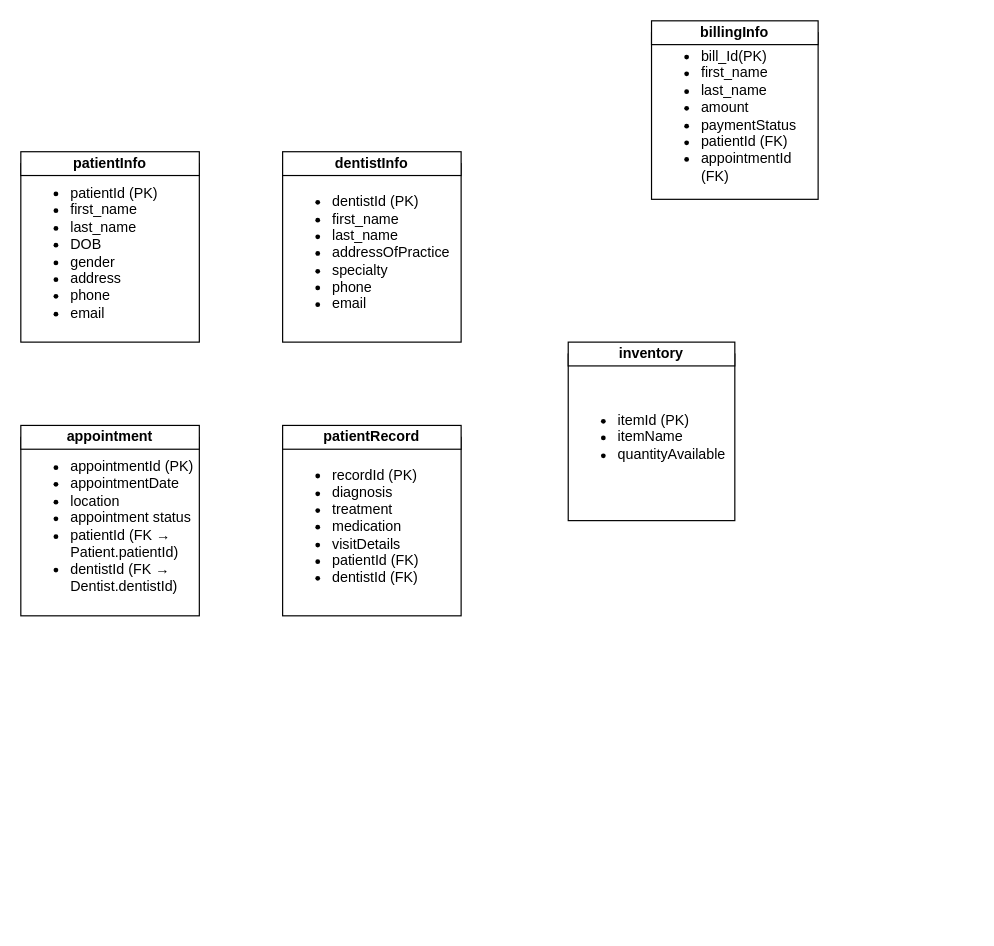
restjohnson/Database-Project-1 keeps this draw.io diagram as UML Diagram.drawio. Above is the earlier version. Source tidied: cells renumbered, new cells numbered last; positions are measured from the earlier drawing's top-left corner, leaving out a move shared by most shapes. Both pictures are drawn from the tidied source at 119%, with x=0, y=0 at pixel (20, 20).
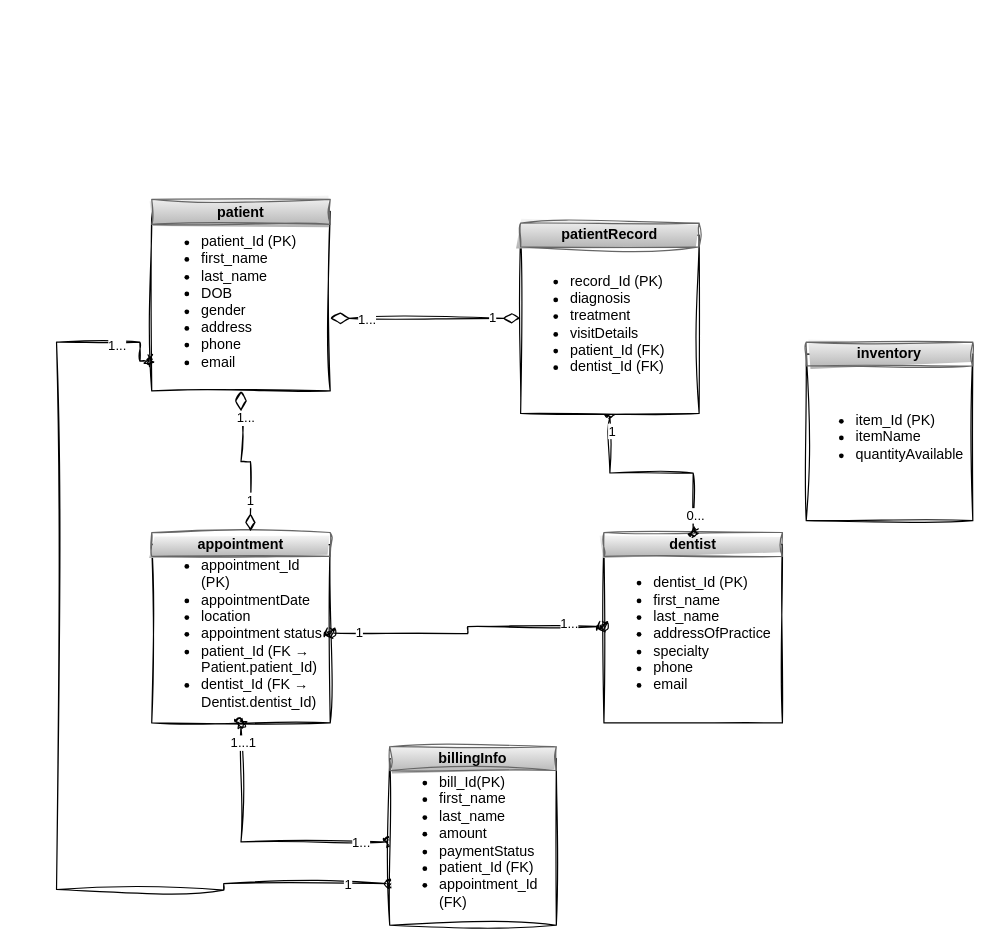
The same page after the edit.

The edit, as a diff of the source:
```diff
@@
-<mxGraphModel>
+<mxGraphModel background="#ffffff">
@@
+    <mxCell id="14" style="edgeStyle=orthogonalEdgeStyle;rounded=0;jettySize=auto;html=1;exitX=-0.013;exitY=0.834;exitDx=0;exitDy=0;endArrow=none;startFill=0;startArrow=oval;exitPerimeter=0;sketch=1;curveFitting=1;jiggle=2;" parent="1" edge="1" source="2">
+      <mxGeometry relative="1" as="geometry">
+        <mxPoint x="30" y="730" as="targetPoint" />
+        <Array as="points">
+          <mxPoint x="100" y="286" />
+          <mxPoint x="100" y="270" />
+          <mxPoint x="30" y="270" />
+        </Array>
+      </mxGeometry>
+    </mxCell>
+    <mxCell id="15" value="1..." style="edgeLabel;html=1;align=center;verticalAlign=middle;rounded=0;sketch=1;curveFitting=1;jiggle=2;" parent="14" vertex="1">
+      <mxGeometry x="-0.93" y="-1" relative="1" as="geometry">
+        <mxPoint x="-21" y="-2" as="offset" />
+      </mxGeometry>
+    </mxCell>
-    <mxCell id="2" value="&lt;ul&gt;&lt;li&gt;patientId (PK)&lt;/li&gt;&lt;li&gt;first_name&lt;/li&gt;&lt;li&gt;last_name&lt;/li&gt;&lt;li&gt;DOB&lt;/li&gt;&lt;li&gt;gender&lt;/li&gt;&lt;li&gt;address&lt;/li&gt;&lt;li&gt;phone&lt;/li&gt;&lt;li&gt;email&lt;/li&gt;&lt;/ul&gt;" style="whiteSpace=wrap;html=1;align=left;" parent="1" vertex="1">
-      <mxGeometry y="120" width="150" height="150" as="geometry" />
+    <mxCell id="2" value="&lt;ul&gt;&lt;li&gt;patient_Id (PK)&lt;/li&gt;&lt;li&gt;first_name&lt;/li&gt;&lt;li&gt;last_name&lt;/li&gt;&lt;li&gt;DOB&lt;/li&gt;&lt;li&gt;gender&lt;/li&gt;&lt;li&gt;address&lt;/li&gt;&lt;li&gt;phone&lt;/li&gt;&lt;li&gt;email&lt;/li&gt;&lt;/ul&gt;" style="whiteSpace=wrap;html=1;align=left;rounded=0;sketch=1;curveFitting=1;jiggle=2;" parent="1" vertex="1">
+      <mxGeometry x="110" y="160" width="150" height="151" as="geometry" />
     </mxCell>
-    <mxCell id="3" value="&lt;b&gt;patientInfo&lt;/b&gt;" style="rounded=0;whiteSpace=wrap;html=1;" parent="1" vertex="1">
-      <mxGeometry y="110" width="150" height="20" as="geometry" />
+    <mxCell id="3" value="&lt;b&gt;patient&lt;/b&gt;" style="rounded=0;whiteSpace=wrap;html=1;fillColor=#f5f5f5;strokeColor=#666666;gradientColor=#b3b3b3;sketch=1;curveFitting=1;jiggle=2;" parent="1" vertex="1">
+      <mxGeometry x="110" y="150" width="150" height="21" as="geometry" />
     </mxCell>
-    <mxCell id="4" value="&lt;ul&gt;&lt;li&gt;dentistId (PK)&lt;/li&gt;&lt;li&gt;first_name&lt;/li&gt;&lt;li&gt;last_name&lt;/li&gt;&lt;li&gt;addressOfPractice&lt;/li&gt;&lt;li&gt;specialty&lt;/li&gt;&lt;li&gt;phone&lt;/li&gt;&lt;li&gt;email&lt;/li&gt;&lt;/ul&gt;" style="whiteSpace=wrap;html=1;align=left;" parent="1" vertex="1">
-      <mxGeometry x="220" y="120" width="150" height="150" as="geometry" />
+    <mxCell id="4" value="&lt;ul&gt;&lt;li&gt;dentist_Id (PK)&lt;/li&gt;&lt;li&gt;first_name&lt;/li&gt;&lt;li&gt;last_name&lt;/li&gt;&lt;li&gt;addressOfPractice&lt;/li&gt;&lt;li&gt;specialty&lt;/li&gt;&lt;li&gt;phone&lt;/li&gt;&lt;li&gt;email&lt;/li&gt;&lt;/ul&gt;" style="whiteSpace=wrap;html=1;align=left;rounded=0;sketch=1;curveFitting=1;jiggle=2;" parent="1" vertex="1">
+      <mxGeometry x="490" y="440" width="150" height="150" as="geometry" />
     </mxCell>
-    <mxCell id="5" value="&lt;b&gt;dentistInfo&lt;/b&gt;" style="rounded=0;whiteSpace=wrap;html=1;" parent="1" vertex="1">
-      <mxGeometry x="220" y="110" width="150" height="20" as="geometry" />
+    <mxCell id="5" value="&lt;b&gt;dentist&lt;/b&gt;" style="rounded=0;whiteSpace=wrap;html=1;fillColor=#f5f5f5;gradientColor=#b3b3b3;strokeColor=#666666;sketch=1;curveFitting=1;jiggle=2;" parent="1" vertex="1">
+      <mxGeometry x="490" y="430" width="150" height="20" as="geometry" />
     </mxCell>
-    <mxCell id="6" value="&lt;ul&gt;&lt;li&gt;&lt;span style=&quot;background-color: transparent; color: light-dark(rgb(0, 0, 0), rgb(255, 255, 255));&quot;&gt;appointmentId&lt;/span&gt;&lt;span style=&quot;background-color: transparent; color: light-dark(rgb(0, 0, 0), rgb(255, 255, 255));&quot;&gt; (PK)&lt;/span&gt;&lt;/li&gt;&lt;li&gt;&lt;span style=&quot;background-color: transparent; color: light-dark(rgb(0, 0, 0), rgb(255, 255, 255));&quot;&gt;appointmentDate&lt;/span&gt;&lt;/li&gt;&lt;li&gt;&lt;span style=&quot;background-color: transparent; color: light-dark(rgb(0, 0, 0), rgb(255, 255, 255));&quot;&gt;location&lt;/span&gt;&lt;/li&gt;&lt;li&gt;&lt;span style=&quot;background-color: transparent; color: light-dark(rgb(0, 0, 0), rgb(255, 255, 255));&quot;&gt;appointment status&lt;/span&gt;&lt;/li&gt;&lt;li&gt;&lt;span style=&quot;background-color: transparent; color: light-dark(rgb(0, 0, 0), rgb(255, 255, 255));&quot;&gt;patientId (FK → Patient.patientId)&lt;/span&gt;&lt;/li&gt;&lt;li&gt;&lt;span style=&quot;background-color: transparent; color: light-dark(rgb(0, 0, 0), rgb(255, 255, 255));&quot;&gt;dentistId (FK → Dentist.dentistId)&lt;/span&gt;&lt;/li&gt;&lt;/ul&gt;" style="whiteSpace=wrap;html=1;align=left;" parent="1" vertex="1">
-      <mxGeometry y="350" width="150" height="150" as="geometry" />
+    <mxCell id="6" value="&lt;ul&gt;&lt;li&gt;&lt;span style=&quot;background-color: transparent; color: light-dark(rgb(0, 0, 0), rgb(255, 255, 255));&quot;&gt;appointment_Id&lt;/span&gt;&lt;span style=&quot;background-color: transparent; color: light-dark(rgb(0, 0, 0), rgb(255, 255, 255));&quot;&gt; (PK)&lt;/span&gt;&lt;/li&gt;&lt;li&gt;&lt;span style=&quot;background-color: transparent; color: light-dark(rgb(0, 0, 0), rgb(255, 255, 255));&quot;&gt;appointmentDate&lt;/span&gt;&lt;/li&gt;&lt;li&gt;&lt;span style=&quot;background-color: transparent; color: light-dark(rgb(0, 0, 0), rgb(255, 255, 255));&quot;&gt;location&lt;/span&gt;&lt;/li&gt;&lt;li&gt;&lt;span style=&quot;background-color: transparent; color: light-dark(rgb(0, 0, 0), rgb(255, 255, 255));&quot;&gt;appointment status&lt;/span&gt;&lt;/li&gt;&lt;li&gt;&lt;span style=&quot;background-color: transparent; color: light-dark(rgb(0, 0, 0), rgb(255, 255, 255));&quot;&gt;patient_Id (FK → Patient.patient_Id)&lt;/span&gt;&lt;/li&gt;&lt;li&gt;&lt;span style=&quot;background-color: transparent; color: light-dark(rgb(0, 0, 0), rgb(255, 255, 255));&quot;&gt;dentist_Id (FK → Dentist.dentist_Id)&lt;/span&gt;&lt;/li&gt;&lt;/ul&gt;" style="whiteSpace=wrap;html=1;align=left;rounded=0;sketch=1;curveFitting=1;jiggle=2;" parent="1" vertex="1">
+      <mxGeometry x="110" y="440" width="150" height="150" as="geometry" />
     </mxCell>
-    <mxCell id="7" value="&lt;b&gt;appointment&lt;/b&gt;" style="rounded=0;whiteSpace=wrap;html=1;" parent="1" vertex="1">
-      <mxGeometry y="340" width="150" height="20" as="geometry" />
+    <mxCell id="7" value="&lt;b&gt;appointment&lt;/b&gt;" style="rounded=0;whiteSpace=wrap;html=1;fillColor=#f5f5f5;gradientColor=#b3b3b3;strokeColor=#666666;sketch=1;curveFitting=1;jiggle=2;" parent="1" vertex="1">
+      <mxGeometry x="110" y="430" width="150" height="20" as="geometry" />
     </mxCell>
+    <mxCell id="16" style="edgeStyle=orthogonalEdgeStyle;rounded=0;jettySize=auto;html=1;exitX=0.5;exitY=1;exitDx=0;exitDy=0;entryX=0.5;entryY=0;entryDx=0;entryDy=0;endArrow=oval;endFill=0;startArrow=oval;startFill=0;sketch=1;curveFitting=1;jiggle=2;" parent="1" edge="1" source="8" target="5">
+      <mxGeometry relative="1" as="geometry" />
+    </mxCell>
+    <mxCell id="17" value="1" style="edgeLabel;html=1;align=center;verticalAlign=middle;rounded=0;sketch=1;curveFitting=1;jiggle=2;" parent="16" vertex="1">
+      <mxGeometry x="-0.83" y="1" relative="1" as="geometry" />
+    </mxCell>
+    <mxCell id="18" value="0..." style="edgeLabel;html=1;align=center;verticalAlign=middle;rounded=0;sketch=1;curveFitting=1;jiggle=2;" parent="16" vertex="1">
+      <mxGeometry x="0.82" y="1" relative="1" as="geometry" />
+    </mxCell>
-    <mxCell id="8" value="&lt;ul&gt;&lt;li&gt;&lt;span style=&quot;background-color: transparent; color: light-dark(rgb(0, 0, 0), rgb(255, 255, 255));&quot;&gt;recordId&lt;/span&gt;&lt;span style=&quot;background-color: transparent; color: light-dark(rgb(0, 0, 0), rgb(255, 255, 255));&quot;&gt; (PK)&lt;/span&gt;&lt;/li&gt;&lt;li&gt;&lt;span style=&quot;background-color: transparent; color: light-dark(rgb(0, 0, 0), rgb(255, 255, 255));&quot;&gt;diagnosis&lt;/span&gt;&lt;/li&gt;&lt;li&gt;&lt;span style=&quot;background-color: transparent; color: light-dark(rgb(0, 0, 0), rgb(255, 255, 255));&quot;&gt;treatment&lt;/span&gt;&lt;/li&gt;&lt;li&gt;&lt;span style=&quot;background-color: transparent; color: light-dark(rgb(0, 0, 0), rgb(255, 255, 255));&quot;&gt;medication&lt;/span&gt;&lt;/li&gt;&lt;li&gt;&lt;span style=&quot;background-color: transparent; color: light-dark(rgb(0, 0, 0), rgb(255, 255, 255));&quot;&gt;visitDetails&lt;/span&gt;&lt;/li&gt;&lt;li&gt;&lt;span style=&quot;background-color: transparent; color: light-dark(rgb(0, 0, 0), rgb(255, 255, 255));&quot;&gt;patientId (FK)&lt;/span&gt;&lt;/li&gt;&lt;li&gt;&lt;span style=&quot;background-color: transparent; color: light-dark(rgb(0, 0, 0), rgb(255, 255, 255));&quot;&gt;dentistId (FK)&lt;/span&gt;&lt;/li&gt;&lt;/ul&gt;" style="whiteSpace=wrap;html=1;align=left;" parent="1" vertex="1">
-      <mxGeometry x="220" y="350" width="150" height="150" as="geometry" />
+    <mxCell id="8" value="&lt;ul&gt;&lt;li&gt;&lt;span style=&quot;background-color: transparent; color: light-dark(rgb(0, 0, 0), rgb(255, 255, 255));&quot;&gt;record_Id&lt;/span&gt;&lt;span style=&quot;background-color: transparent; color: light-dark(rgb(0, 0, 0), rgb(255, 255, 255));&quot;&gt; (PK)&lt;/span&gt;&lt;/li&gt;&lt;li&gt;&lt;span style=&quot;background-color: transparent; color: light-dark(rgb(0, 0, 0), rgb(255, 255, 255));&quot;&gt;diagnosis&lt;/span&gt;&lt;/li&gt;&lt;li&gt;&lt;span style=&quot;background-color: transparent; color: light-dark(rgb(0, 0, 0), rgb(255, 255, 255));&quot;&gt;treatment&lt;/span&gt;&lt;/li&gt;&lt;li&gt;&lt;span style=&quot;background-color: transparent; color: light-dark(rgb(0, 0, 0), rgb(255, 255, 255));&quot;&gt;visitDetails&lt;/span&gt;&lt;/li&gt;&lt;li&gt;&lt;span style=&quot;background-color: transparent; color: light-dark(rgb(0, 0, 0), rgb(255, 255, 255));&quot;&gt;patient_Id (FK)&lt;/span&gt;&lt;/li&gt;&lt;li&gt;&lt;span style=&quot;background-color: transparent; color: light-dark(rgb(0, 0, 0), rgb(255, 255, 255));&quot;&gt;dentist_Id (FK)&lt;/span&gt;&lt;/li&gt;&lt;/ul&gt;" style="whiteSpace=wrap;html=1;align=left;rounded=0;sketch=1;curveFitting=1;jiggle=2;" parent="1" vertex="1">
+      <mxGeometry x="420" y="180" width="150" height="150" as="geometry" />
     </mxCell>
-    <mxCell id="9" value="&lt;b&gt;patientRecord&lt;/b&gt;" style="rounded=0;whiteSpace=wrap;html=1;" parent="1" vertex="1">
-      <mxGeometry x="220" y="340" width="150" height="20" as="geometry" />
+    <mxCell id="9" value="&lt;b&gt;patientRecord&lt;/b&gt;" style="rounded=0;whiteSpace=wrap;html=1;fillColor=#f5f5f5;gradientColor=#b3b3b3;strokeColor=#666666;sketch=1;curveFitting=1;jiggle=2;" parent="1" vertex="1">
+      <mxGeometry x="420" y="170" width="150" height="20" as="geometry" />
     </mxCell>
-    <mxCell id="10" value="&lt;ul&gt;&lt;li&gt;&lt;span style=&quot;background-color: transparent; color: light-dark(rgb(0, 0, 0), rgb(255, 255, 255));&quot;&gt;itemId&lt;/span&gt;&lt;span style=&quot;background-color: transparent; color: light-dark(rgb(0, 0, 0), rgb(255, 255, 255));&quot;&gt; &lt;/span&gt;&lt;span style=&quot;background-color: transparent; color: light-dark(rgb(0, 0, 0), rgb(255, 255, 255));&quot;&gt;(PK)&lt;/span&gt;&lt;/li&gt;&lt;li&gt;&lt;span style=&quot;background-color: transparent; color: light-dark(rgb(0, 0, 0), rgb(255, 255, 255));&quot;&gt;itemName&lt;/span&gt;&lt;/li&gt;&lt;li&gt;&lt;span style=&quot;background-color: transparent; color: light-dark(rgb(0, 0, 0), rgb(255, 255, 255));&quot;&gt;quantityAvailable&lt;/span&gt;&lt;/li&gt;&lt;/ul&gt;" style="whiteSpace=wrap;html=1;align=left;" parent="1" vertex="1">
-      <mxGeometry x="460" y="280" width="140" height="140" as="geometry" />
+    <mxCell id="10" value="&lt;ul&gt;&lt;li&gt;&lt;span style=&quot;background-color: transparent; color: light-dark(rgb(0, 0, 0), rgb(255, 255, 255));&quot;&gt;item_Id&lt;/span&gt;&lt;span style=&quot;background-color: transparent; color: light-dark(rgb(0, 0, 0), rgb(255, 255, 255));&quot;&gt; &lt;/span&gt;&lt;span style=&quot;background-color: transparent; color: light-dark(rgb(0, 0, 0), rgb(255, 255, 255));&quot;&gt;(PK)&lt;/span&gt;&lt;/li&gt;&lt;li&gt;&lt;span style=&quot;background-color: transparent; color: light-dark(rgb(0, 0, 0), rgb(255, 255, 255));&quot;&gt;itemName&lt;/span&gt;&lt;/li&gt;&lt;li&gt;&lt;span style=&quot;background-color: transparent; color: light-dark(rgb(0, 0, 0), rgb(255, 255, 255));&quot;&gt;quantityAvailable&lt;/span&gt;&lt;/li&gt;&lt;/ul&gt;" style="whiteSpace=wrap;html=1;align=left;rounded=0;sketch=1;curveFitting=1;jiggle=2;" parent="1" vertex="1">
+      <mxGeometry x="660" y="280" width="140" height="140" as="geometry" />
     </mxCell>
-    <mxCell id="11" value="&lt;b&gt;inventory&lt;/b&gt;" style="rounded=0;whiteSpace=wrap;html=1;" parent="1" vertex="1">
-      <mxGeometry x="460" y="270" width="140" height="20" as="geometry" />
+    <mxCell id="11" value="&lt;b&gt;inventory&lt;/b&gt;" style="rounded=0;whiteSpace=wrap;html=1;fillColor=#f5f5f5;gradientColor=#b3b3b3;strokeColor=#666666;sketch=1;curveFitting=1;jiggle=2;" parent="1" vertex="1">
+      <mxGeometry x="660" y="270" width="140" height="20" as="geometry" />
     </mxCell>
+    <mxCell id="19" style="edgeStyle=orthogonalEdgeStyle;rounded=0;jettySize=auto;html=1;exitX=0;exitY=0.5;exitDx=0;exitDy=0;entryX=0.5;entryY=1;entryDx=0;entryDy=0;startArrow=oval;startFill=0;endArrow=oval;endFill=0;sketch=1;curveFitting=1;jiggle=2;" parent="1" edge="1" source="12" target="6">
+      <mxGeometry relative="1" as="geometry" />
+    </mxCell>
+    <mxCell id="20" value="1...1" style="edgeLabel;html=1;align=center;verticalAlign=middle;rounded=0;sketch=1;curveFitting=1;jiggle=2;" parent="19" vertex="1">
+      <mxGeometry x="0.86" y="-1" relative="1" as="geometry" />
+    </mxCell>
+    <mxCell id="21" value="1..." style="edgeLabel;html=1;align=center;verticalAlign=middle;rounded=0;sketch=1;curveFitting=1;jiggle=2;" parent="19" vertex="1">
+      <mxGeometry x="-0.78" relative="1" as="geometry" />
+    </mxCell>
+    <mxCell id="22" style="edgeStyle=orthogonalEdgeStyle;rounded=0;jettySize=auto;html=1;exitX=0;exitY=0.75;exitDx=0;exitDy=0;endArrow=none;startFill=0;startArrow=oval;sketch=1;curveFitting=1;jiggle=2;" parent="1" edge="1" source="12">
+      <mxGeometry relative="1" as="geometry">
+        <mxPoint x="30" y="730" as="targetPoint" />
+      </mxGeometry>
+    </mxCell>
+    <mxCell id="23" value="1" style="edgeLabel;html=1;align=center;verticalAlign=middle;rounded=0;sketch=1;curveFitting=1;jiggle=2;" parent="22" vertex="1">
+      <mxGeometry x="-0.75" relative="1" as="geometry" />
+    </mxCell>
-    <mxCell id="12" value="&lt;ul&gt;&lt;li&gt;bill_Id(PK)&lt;/li&gt;&lt;li&gt;first_name&lt;/li&gt;&lt;li&gt;last_name&lt;/li&gt;&lt;li&gt;&lt;span style=&quot;background-color: transparent; color: light-dark(rgb(0, 0, 0), rgb(255, 255, 255));&quot;&gt;amount&lt;/span&gt;&lt;/li&gt;&lt;li&gt;&lt;span style=&quot;background-color: transparent; color: light-dark(rgb(0, 0, 0), rgb(255, 255, 255));&quot;&gt;paymentStatus&amp;nbsp;&lt;/span&gt;&lt;/li&gt;&lt;li&gt;&lt;span style=&quot;background-color: transparent; color: light-dark(rgb(0, 0, 0), rgb(255, 255, 255));&quot;&gt;patientId (FK)&lt;/span&gt;&lt;/li&gt;&lt;li&gt;&lt;span style=&quot;background-color: transparent; color: light-dark(rgb(0, 0, 0), rgb(255, 255, 255));&quot;&gt;appointmentId (FK)&lt;/span&gt;&lt;/li&gt;&lt;/ul&gt;" style="whiteSpace=wrap;html=1;align=left;" parent="1" vertex="1">
-      <mxGeometry x="530" y="10" width="140" height="140" as="geometry" />
+    <mxCell id="12" value="&lt;ul&gt;&lt;li&gt;bill_Id(PK)&lt;/li&gt;&lt;li&gt;first_name&lt;/li&gt;&lt;li&gt;last_name&lt;/li&gt;&lt;li&gt;&lt;span style=&quot;background-color: transparent; color: light-dark(rgb(0, 0, 0), rgb(255, 255, 255));&quot;&gt;amount&lt;/span&gt;&lt;/li&gt;&lt;li&gt;&lt;span style=&quot;background-color: transparent; color: light-dark(rgb(0, 0, 0), rgb(255, 255, 255));&quot;&gt;paymentStatus&amp;nbsp;&lt;/span&gt;&lt;/li&gt;&lt;li&gt;&lt;span style=&quot;background-color: transparent; color: light-dark(rgb(0, 0, 0), rgb(255, 255, 255));&quot;&gt;patient_Id (FK)&lt;/span&gt;&lt;/li&gt;&lt;li&gt;&lt;span style=&quot;background-color: transparent; color: light-dark(rgb(0, 0, 0), rgb(255, 255, 255));&quot;&gt;appointment_Id (FK)&lt;/span&gt;&lt;/li&gt;&lt;/ul&gt;" style="whiteSpace=wrap;html=1;align=left;rounded=0;sketch=1;curveFitting=1;jiggle=2;" parent="1" vertex="1">
+      <mxGeometry x="310" y="620" width="140" height="140" as="geometry" />
     </mxCell>
-    <mxCell id="13" value="&lt;b&gt;billingInfo&lt;/b&gt;" style="rounded=0;whiteSpace=wrap;html=1;" parent="1" vertex="1">
-      <mxGeometry x="530" width="140" height="20" as="geometry" />
+    <mxCell id="13" value="&lt;b&gt;billingInfo&lt;/b&gt;" style="rounded=0;whiteSpace=wrap;html=1;fillColor=#f5f5f5;gradientColor=#b3b3b3;strokeColor=#666666;sketch=1;curveFitting=1;jiggle=2;" parent="1" vertex="1">
+      <mxGeometry x="310" y="610" width="140" height="20" as="geometry" />
     </mxCell>
+    <mxCell id="24" style="endArrow=diamondThin;html=1;endSize=12;startArrow=diamondThin;startSize=14;startFill=0;edgeStyle=orthogonalEdgeStyle;rounded=0;entryX=0.553;entryY=-0.05;entryDx=0;entryDy=0;entryPerimeter=0;exitX=0.5;exitY=1;exitDx=0;exitDy=0;endFill=0;sketch=1;curveFitting=1;jiggle=2;" parent="1" edge="1" source="2" target="7">
+      <mxGeometry relative="1" as="geometry" />
+    </mxCell>
+    <mxCell id="25" value="1..." style="edgeLabel;html=1;align=left;verticalAlign=top;rounded=0;sketch=1;curveFitting=1;jiggle=2;" parent="24" vertex="1">
+      <mxGeometry x="-1" relative="1" as="geometry">
+        <mxPoint x="-5" y="10" as="offset" />
+      </mxGeometry>
+    </mxCell>
+    <mxCell id="26" value="1" style="edgeLabel;html=1;align=center;verticalAlign=middle;rounded=0;sketch=1;curveFitting=1;jiggle=2;" parent="24" vertex="1">
+      <mxGeometry x="0.59" relative="1" as="geometry" />
+    </mxCell>
+    <mxCell id="27" style="endArrow=oval;html=1;startArrow=oval;startFill=0;edgeStyle=orthogonalEdgeStyle;rounded=0;endFill=0;entryX=-0.007;entryY=0.46;entryDx=0;entryDy=0;entryPerimeter=0;sketch=1;curveFitting=1;jiggle=2;curved=0;" parent="1" edge="1" target="4">
+      <mxGeometry relative="1" as="geometry">
+        <mxPoint x="260" y="514.5" as="sourcePoint" />
+      </mxGeometry>
+    </mxCell>
+    <mxCell id="28" value="1" style="edgeLabel;html=1;align=left;verticalAlign=top;rounded=0;sketch=1;curveFitting=1;jiggle=2;" parent="27" vertex="1">
+      <mxGeometry x="-1" relative="1" as="geometry">
+        <mxPoint x="20" y="-14" as="offset" />
+      </mxGeometry>
+    </mxCell>
+    <mxCell id="29" value="1..." style="edgeLabel;html=1;align=right;verticalAlign=top;rounded=0;sketch=1;curveFitting=1;jiggle=2;" parent="27" vertex="1">
+      <mxGeometry x="1" relative="1" as="geometry">
+        <mxPoint x="-20" y="-15" as="offset" />
+      </mxGeometry>
+    </mxCell>
+    <mxCell id="30" style="endArrow=diamondThin;html=1;endSize=12;startArrow=diamondThin;startSize=14;startFill=0;edgeStyle=orthogonalEdgeStyle;rounded=0;endFill=0;sketch=1;curveFitting=1;jiggle=2;" parent="1" edge="1">
+      <mxGeometry relative="1" as="geometry">
+        <mxPoint x="260" y="250" as="sourcePoint" />
+        <mxPoint x="420" y="250" as="targetPoint" />
+      </mxGeometry>
+    </mxCell>
+    <mxCell id="31" value="1" style="edgeLabel;html=1;align=right;verticalAlign=top;rounded=0;sketch=1;curveFitting=1;jiggle=2;" parent="30" vertex="1">
+      <mxGeometry x="1" relative="1" as="geometry">
+        <mxPoint x="-20" y="-13" as="offset" />
+      </mxGeometry>
+    </mxCell>
+    <mxCell id="32" value="1..." style="edgeLabel;html=1;align=center;verticalAlign=middle;rounded=0;sketch=1;curveFitting=1;jiggle=2;" parent="30" vertex="1">
+      <mxGeometry x="-0.6" y="-7" relative="1" as="geometry">
+        <mxPoint x="-2" y="-7" as="offset" />
+      </mxGeometry>
+    </mxCell>
```
